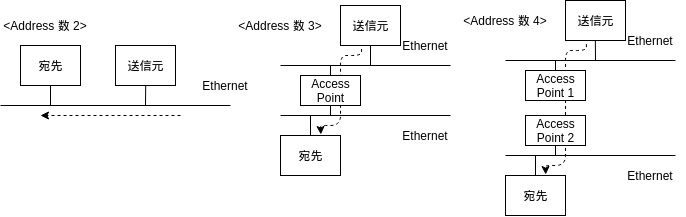
Before: second-report/address-diagram.png, a diagram exported from draw.io (elect000/adv-computer-network). Source tidied: cells renumbered, new cells last; positions are measured from the earlier drawing's top-left corner, leaving out a move shared by most shapes.
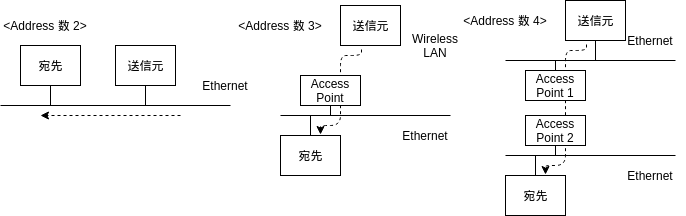
After the commit.

The edit, as a diff of the source:
```diff
@@ -29,12 +29,6 @@
     <mxCell id="6" value="宛先" style="rounded=0;whiteSpace=wrap;html=1;" parent="1" vertex="1">
       <mxGeometry x="20" y="45" width="60" height="40" as="geometry" />
     </mxCell>
-    <mxCell id="7" style="endArrow=none;html=1;" parent="1" edge="1">
-      <mxGeometry relative="1" as="geometry">
-        <mxPoint x="280" y="65" as="sourcePoint" />
-        <mxPoint x="450" y="65" as="targetPoint" />
-      </mxGeometry>
-    </mxCell>
     <mxCell id="8" style="endArrow=none;html=1;exitX=0.5;exitY=1;exitDx=0;exitDy=0;" parent="1" edge="1" source="6">
       <mxGeometry relative="1" as="geometry">
         <mxPoint x="50" y="105" as="targetPoint" />
@@ -61,8 +55,8 @@
     <mxCell id="13" value="Access Point" style="rounded=0;whiteSpace=wrap;html=1;fillColor=#FFFFFF;" parent="1" vertex="1">
       <mxGeometry x="300" y="75" width="60" height="30" as="geometry" />
     </mxCell>
-    <mxCell id="14" value="Ethernet" style="text;html=1;strokeColor=none;fillColor=none;align=center;verticalAlign=middle;whiteSpace=wrap;rounded=0;" parent="1" vertex="1">
-      <mxGeometry x="390" y="35" width="70" height="20" as="geometry" />
+    <mxCell id="14" value="Wireless LAN" style="text;html=1;strokeColor=none;fillColor=none;align=center;verticalAlign=middle;whiteSpace=wrap;rounded=0;" parent="1" vertex="1">
+      <mxGeometry x="400" y="35" width="70" height="20" as="geometry" />
     </mxCell>
     <mxCell id="15" value="Ethernet" style="text;html=1;strokeColor=none;fillColor=none;align=center;verticalAlign=middle;whiteSpace=wrap;rounded=0;" parent="1" vertex="1">
       <mxGeometry x="390" y="125" width="70" height="20" as="geometry" />
@@ -70,11 +64,6 @@
     <mxCell id="16" value="送信元" style="rounded=0;whiteSpace=wrap;html=1;" parent="1" vertex="1">
       <mxGeometry x="340" y="5" width="60" height="40" as="geometry" />
     </mxCell>
-    <mxCell id="17" style="endArrow=none;html=1;exitX=0.5;exitY=1;exitDx=0;exitDy=0;" parent="1" edge="1" source="16">
-      <mxGeometry relative="1" as="geometry">
-        <mxPoint x="370" y="65" as="targetPoint" />
-      </mxGeometry>
-    </mxCell>
     <mxCell id="18" value="宛先" style="rounded=0;whiteSpace=wrap;html=1;" parent="1" vertex="1">
       <mxGeometry x="280" y="135" width="60" height="40" as="geometry" />
     </mxCell>
@@ -84,12 +73,6 @@
         <mxPoint x="310" y="115" as="targetPoint" />
       </mxGeometry>
     </mxCell>
-    <mxCell id="20" style="endArrow=none;html=1;" parent="1" edge="1">
-      <mxGeometry relative="1" as="geometry">
-        <mxPoint x="330" y="75" as="sourcePoint" />
-        <mxPoint x="330" y="65" as="targetPoint" />
-      </mxGeometry>
-    </mxCell>
     <mxCell id="21" style="endArrow=none;html=1;" parent="1" edge="1">
       <mxGeometry relative="1" as="geometry">
         <mxPoint x="330" y="115" as="sourcePoint" />
```
